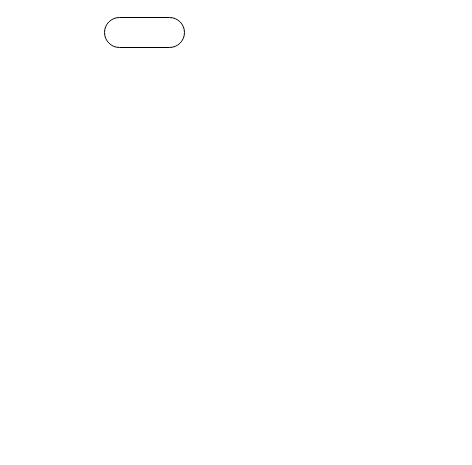
This is flowchart1.drawio from Holy0343/Product1, a draw.io file, before an edit. Source tidied: cells renumbered, new cells numbered last; positions are measured from the earlier drawing's top-left corner, leaving out a move shared by most shapes. Both pictures are drawn from the tidied source at 100%, with x=0, y=0 at pixel (104, 17).
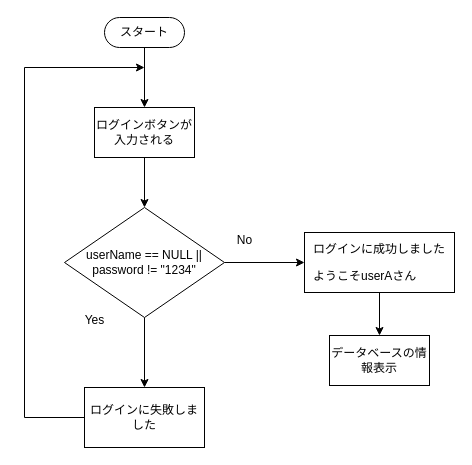
The same page after the edit.

Commit message (it also covers changes not shown here):
flowchart1.drawio を更新します

What changed in the source:
```diff
@@
 <mxGraphModel>
   <root>
     <mxCell id="0" />
     <mxCell id="1" parent="0" />
+    <mxCell id="3" style="edgeStyle=orthogonalEdgeStyle;rounded=0;jettySize=auto;html=1;" parent="1" edge="1" source="2" target="5">
+      <mxGeometry relative="1" as="geometry" />
+    </mxCell>
-    <mxCell id="2" style="html=1;dashed=0;whiteSpace=wrap;shape=mxgraph.dfd.start;" parent="1" vertex="1">
+    <mxCell id="2" value="スタート" style="html=1;dashed=0;whiteSpace=wrap;shape=mxgraph.dfd.start;" parent="1" vertex="1">
       <mxGeometry width="80" height="30" as="geometry" />
     </mxCell>
+    <mxCell id="4" style="edgeStyle=orthogonalEdgeStyle;rounded=0;jettySize=auto;html=1;" parent="1" edge="1" source="5" target="8">
+      <mxGeometry relative="1" as="geometry" />
+    </mxCell>
+    <mxCell id="5" value="ログインボタンが入力される" style="html=1;dashed=0;whiteSpace=wrap;" parent="1" vertex="1">
+      <mxGeometry x="-10" y="90" width="100" height="50" as="geometry" />
+    </mxCell>
+    <mxCell id="6" style="edgeStyle=orthogonalEdgeStyle;rounded=0;jettySize=auto;html=1;" parent="1" edge="1" source="8" target="10">
+      <mxGeometry relative="1" as="geometry" />
+    </mxCell>
+    <mxCell id="7" style="edgeStyle=orthogonalEdgeStyle;rounded=0;jettySize=auto;html=1;" parent="1" edge="1" source="8" target="12">
+      <mxGeometry relative="1" as="geometry" />
+    </mxCell>
+    <mxCell id="8" value="userName == NULL || password != &quot;1234&quot;" style="shape=rhombus;html=1;dashed=0;whiteSpace=wrap;perimeter=rhombusPerimeter;" parent="1" vertex="1">
+      <mxGeometry x="-40" y="190" width="160" height="110" as="geometry" />
+    </mxCell>
+    <mxCell id="9" style="edgeStyle=orthogonalEdgeStyle;rounded=0;jettySize=auto;html=1;" parent="1" edge="1" source="10">
+      <mxGeometry relative="1" as="geometry">
+        <mxPoint x="40" y="50" as="targetPoint" />
+        <Array as="points">
+          <mxPoint x="-80" y="400" />
+          <mxPoint x="-80" y="50" />
+        </Array>
+      </mxGeometry>
+    </mxCell>
+    <mxCell id="10" value="ログインに失敗しました" style="whiteSpace=wrap;html=1;dashed=0;" parent="1" vertex="1">
+      <mxGeometry x="-20" y="370" width="120" height="60" as="geometry" />
+    </mxCell>
+    <mxCell id="11" style="edgeStyle=orthogonalEdgeStyle;rounded=0;jettySize=auto;html=1;" parent="1" edge="1" source="12" target="15">
+      <mxGeometry relative="1" as="geometry" />
+    </mxCell>
+    <mxCell id="12" value="&lt;p style=&quot;font-family: Meiryo; font-size: 12px; text-align: start;&quot;&gt;ログインに成功しました&lt;/p&gt;&lt;p style=&quot;font-family: Meiryo; font-size: 12px; text-align: start;&quot;&gt;ようこそuserAさん&lt;/p&gt;" style="whiteSpace=wrap;html=1;dashed=0;fontSize=12;" parent="1" vertex="1">
+      <mxGeometry x="200" y="215" width="150" height="60" as="geometry" />
+    </mxCell>
+    <mxCell id="13" value="Yes" style="text;html=1;align=center;verticalAlign=middle;strokeColor=none;fillColor=none;" parent="1" vertex="1">
+      <mxGeometry x="-30" y="288" width="40" height="30" as="geometry" />
+    </mxCell>
+    <mxCell id="14" value="No" style="text;html=1;align=center;verticalAlign=middle;strokeColor=none;fillColor=none;" parent="1" vertex="1">
+      <mxGeometry x="120" y="208" width="40" height="30" as="geometry" />
+    </mxCell>
+    <mxCell id="15" value="データベースの情報表示" style="html=1;dashed=0;whiteSpace=wrap;" parent="1" vertex="1">
+      <mxGeometry x="225" y="318" width="100" height="50" as="geometry" />
+    </mxCell>
   </root>
 </mxGraphModel>
```
